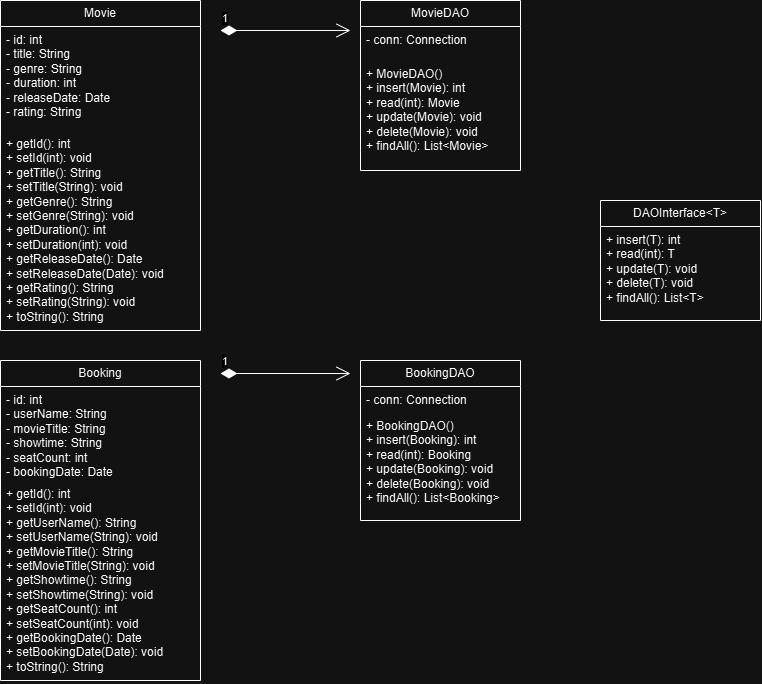
This is UML.drawio.png from lleylawa/MovieTicket-Booking, a draw.io export, as it was before one commit. Source tidied: cells renumbered, new cells last; positions are measured from the earlier drawing's top-left corner, leaving out a move shared by most shapes.
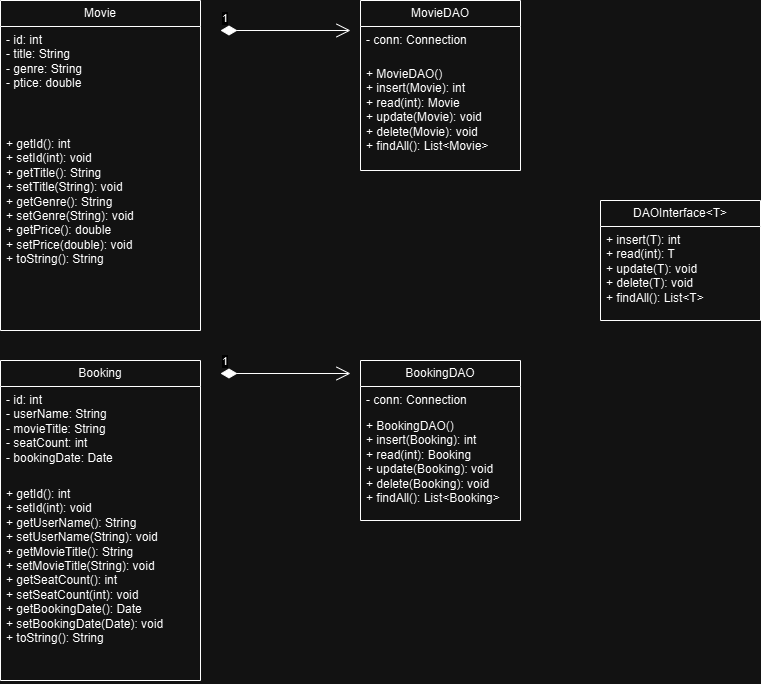
The same file after the commit.

Diff of the diagram source:
```diff
@@ -5,10 +5,10 @@
     <mxCell id="2" value="Movie" style="swimlane;fontStyle=0;horizontal=1;startSize=26;fillColor=none;whiteSpace=wrap;html=1;" parent="1" vertex="1">
       <mxGeometry width="200" height="330" as="geometry" />
     </mxCell>
-    <mxCell id="3" value="- id: int&lt;div&gt;- title: String&lt;div&gt;- genre: String&lt;div&gt;- duration: int&lt;div&gt;- releaseDate: Date&lt;div&gt;- rating: String&lt;/div&gt;&lt;/div&gt;&lt;/div&gt;&lt;/div&gt;&lt;/div&gt;" style="text;strokeColor=none;fillColor=none;align=left;verticalAlign=top;spacingLeft=4;spacingRight=4;overflow=hidden;whiteSpace=wrap;html=1;" parent="2" vertex="1">
+    <mxCell id="3" value="- id: int&lt;div&gt;- title: String&lt;div&gt;- genre: String&lt;div&gt;- ptice: double&lt;/div&gt;&lt;/div&gt;&lt;/div&gt;" style="text;strokeColor=none;fillColor=none;align=left;verticalAlign=top;spacingLeft=4;spacingRight=4;overflow=hidden;whiteSpace=wrap;html=1;" parent="2" vertex="1">
       <mxGeometry y="26" width="200" height="104" as="geometry" />
     </mxCell>
-    <mxCell id="4" value="+ getId(): int&lt;div&gt;+ setId(int): void&lt;div&gt;+ getTitle(): String&lt;div&gt;+ setTitle(String): void&lt;div&gt;+ getGenre(): String&lt;div&gt;+ setGenre(String): void&lt;div&gt;+ getDuration(): int&lt;div&gt;+ setDuration(int): void&lt;div&gt;+ getReleaseDate(): Date&lt;div&gt;+ setReleaseDate(Date): void&lt;div&gt;+ getRating(): String&lt;div&gt;+ setRating(String): void&lt;div&gt;+ toString(): String&lt;/div&gt;&lt;/div&gt;&lt;/div&gt;&lt;/div&gt;&lt;/div&gt;&lt;/div&gt;&lt;/div&gt;&lt;/div&gt;&lt;/div&gt;&lt;/div&gt;&lt;/div&gt;&lt;/div&gt;" style="text;strokeColor=none;fillColor=none;align=left;verticalAlign=top;spacingLeft=4;spacingRight=4;overflow=hidden;whiteSpace=wrap;html=1;" parent="2" vertex="1">
+    <mxCell id="4" value="+ getId(): int&lt;div&gt;+ setId(int): void&lt;div&gt;+ getTitle(): String&lt;div&gt;+ setTitle(String): void&lt;div&gt;+ getGenre(): String&lt;div&gt;+ setGenre(String): void&lt;div&gt;+ getPrice(): double&lt;/div&gt;&lt;div&gt;+ setPrice(double): void&lt;br&gt;&lt;div&gt;&lt;span style=&quot;background-color: initial;&quot;&gt;+ toString(): String&lt;/span&gt;&lt;/div&gt;&lt;/div&gt;&lt;/div&gt;&lt;/div&gt;&lt;/div&gt;&lt;/div&gt;&lt;/div&gt;" style="text;strokeColor=none;fillColor=none;align=left;verticalAlign=top;spacingLeft=4;spacingRight=4;overflow=hidden;whiteSpace=wrap;html=1;" parent="2" vertex="1">
       <mxGeometry y="130" width="200" height="200" as="geometry" />
     </mxCell>
     <mxCell id="5" value="1" style="endArrow=open;html=1;endSize=12;startArrow=diamondThin;startSize=14;startFill=1;edgeStyle=orthogonalEdgeStyle;align=left;verticalAlign=bottom;rounded=0;" parent="1" edge="1">
@@ -29,10 +29,10 @@
     <mxCell id="9" value="Booking" style="swimlane;fontStyle=0;horizontal=1;startSize=26;fillColor=none;whiteSpace=wrap;html=1;" parent="1" vertex="1">
       <mxGeometry y="360" width="200" height="320" as="geometry" />
     </mxCell>
-    <mxCell id="10" value="- id: int&lt;div&gt;- userName: String&lt;/div&gt;&lt;div&gt;- movieTitle: String&lt;/div&gt;&lt;div&gt;- showtime: String&lt;/div&gt;&lt;div&gt;- seatCount: int&lt;/div&gt;&lt;div&gt;- bookingDate: Date &lt;/div&gt;" style="text;strokeColor=none;fillColor=none;align=left;verticalAlign=top;spacingLeft=4;spacingRight=4;overflow=hidden;whiteSpace=wrap;html=1;" parent="9" vertex="1">
+    <mxCell id="10" value="- id: int&lt;div&gt;- userName: String&lt;/div&gt;&lt;div&gt;- movieTitle: String&lt;/div&gt;&lt;div&gt;- seatCount: int&lt;/div&gt;&lt;div&gt;- bookingDate: Date &lt;/div&gt;" style="text;strokeColor=none;fillColor=none;align=left;verticalAlign=top;spacingLeft=4;spacingRight=4;overflow=hidden;whiteSpace=wrap;html=1;" parent="9" vertex="1">
       <mxGeometry y="26" width="200" height="94" as="geometry" />
     </mxCell>
-    <mxCell id="11" value="+ getId(): int&lt;div&gt;+ setId(int): void&lt;/div&gt;&lt;div&gt;+ getUserName(): String&lt;/div&gt;&lt;div&gt;+ setUserName(String): void&lt;/div&gt;&lt;div&gt;+ getMovieTitle(): String&lt;/div&gt;&lt;div&gt;+ setMovieTitle(String): void&lt;/div&gt;&lt;div&gt;+ getShowtime(): String&lt;/div&gt;&lt;div&gt;+ setShowtime(String): void&lt;/div&gt;&lt;div&gt;+ getSeatCount(): int&lt;/div&gt;&lt;div&gt;+ setSeatCount(int): void&lt;/div&gt;&lt;div&gt;+ getBookingDate(): Date&lt;/div&gt;&lt;div&gt;+ setBookingDate(Date): void&lt;/div&gt;&lt;div&gt;+ toString(): String&lt;/div&gt;" style="text;strokeColor=none;fillColor=none;align=left;verticalAlign=top;spacingLeft=4;spacingRight=4;overflow=hidden;whiteSpace=wrap;html=1;" parent="9" vertex="1">
+    <mxCell id="11" value="+ getId(): int&lt;div&gt;+ setId(int): void&lt;/div&gt;&lt;div&gt;+ getUserName(): String&lt;/div&gt;&lt;div&gt;+ setUserName(String): void&lt;/div&gt;&lt;div&gt;+ getMovieTitle(): String&lt;/div&gt;&lt;div&gt;+ setMovieTitle(String): void&lt;/div&gt;&lt;div&gt;+ getSeatCount(): int&lt;/div&gt;&lt;div&gt;+ setSeatCount(int): void&lt;/div&gt;&lt;div&gt;+ getBookingDate(): Date&lt;/div&gt;&lt;div&gt;+ setBookingDate(Date): void&lt;/div&gt;&lt;div&gt;+ toString(): String&lt;/div&gt;" style="text;strokeColor=none;fillColor=none;align=left;verticalAlign=top;spacingLeft=4;spacingRight=4;overflow=hidden;whiteSpace=wrap;html=1;" parent="9" vertex="1">
       <mxGeometry y="120" width="200" height="200" as="geometry" />
     </mxCell>
     <mxCell id="12" value="1" style="endArrow=open;html=1;endSize=12;startArrow=diamondThin;startSize=14;startFill=1;edgeStyle=orthogonalEdgeStyle;align=left;verticalAlign=bottom;rounded=0;" parent="1" edge="1">
```
